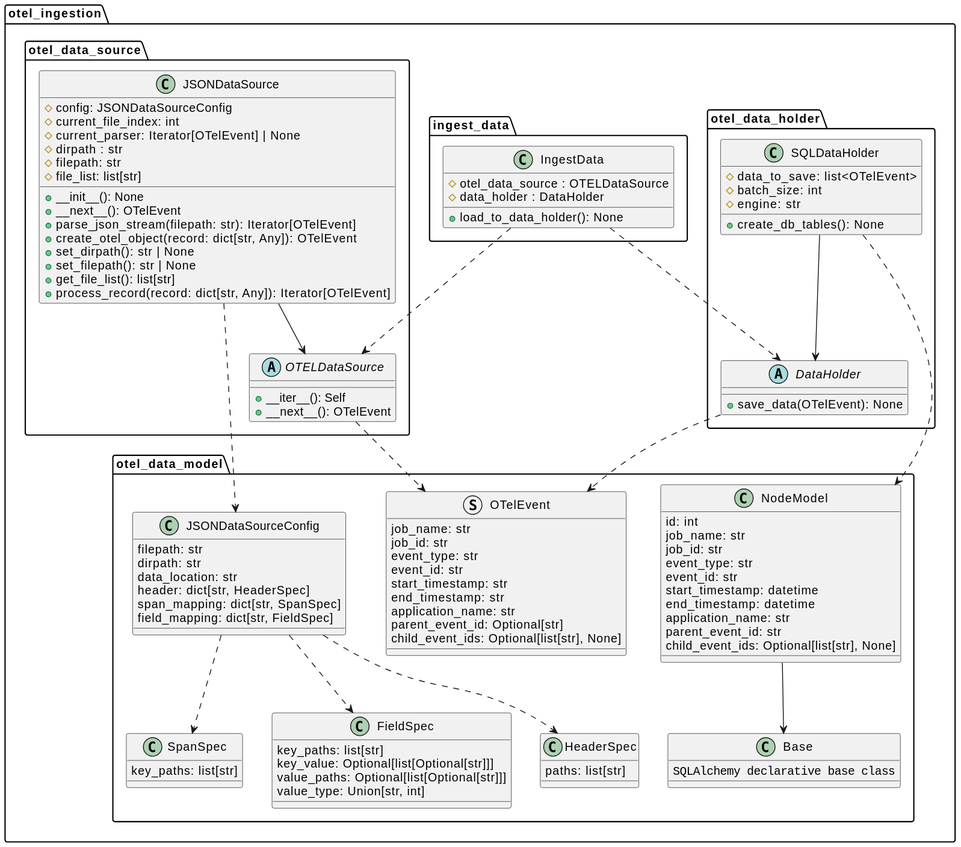
xtuml/otel2puml keeps this PlantUML diagram as docs/development/design/3-DN-Retrieving_unique_graphs_from_Otel_data/class_diagrams.svg. Above is the earlier version. Source of this version:
```plantuml
@startuml
struct otel_ingestion.otel_data_model.OTelEvent {
    job_name: str
    job_id: str
    event_type: str
    event_id: str
    start_timestamp: str
    end_timestamp: str
    application_name: str
    parent_event_id: Optional[str]
    child_event_ids: Optional[list[str], None]
}

abstract class otel_ingestion.otel_data_source.OTELDataSource {
    +__iter__(): Self
    +__next__(): OTelEvent
}

class otel_ingestion.otel_data_source.JSONDataSource {
    #config: JSONDataSourceConfig
    #current_file_index: int
    #current_parser: Iterator[OTelEvent] | None
    #dirpath : str
    #filepath: str
    #file_list: list[str]
    +__init__(): None
    +__next__(): OTelEvent
    +parse_json_stream(filepath: str): Iterator[OTelEvent]
    +create_otel_object(record: dict[str, Any]): OTelEvent
    +set_dirpath(): str | None
    +set_filepath(): str | None
    +get_file_list(): list[str]
    +process_record(record: dict[str, Any]): Iterator[OTelEvent]
}

class otel_ingestion.otel_data_holder.SQLDataHolder {
    #data_to_save: list<OTelEvent>
    #batch_size: int
    #engine: str
    +create_db_tables(): None
}

class otel_ingestion.otel_data_model.NodeModel {
    id: int
    job_name: str
    job_id: str
    event_type: str
    event_id: str
    start_timestamp: datetime
    end_timestamp: datetime
    application_name: str
    parent_event_id: str
    child_event_ids: Optional[list[str], None]
}

class otel_ingestion.otel_data_model.Base {
    ""SQLAlchemy declarative base class""
}

abstract class otel_ingestion.otel_data_holder.DataHolder {
    +save_data(OTelEvent): None
}

class otel_ingestion.ingest_data.IngestData {
    #otel_data_source : OTELDataSource
    #data_holder : DataHolder
    +load_to_data_holder(): None
}

class otel_ingestion.otel_data_model.JSONDataSourceConfig {
    filepath: str
    dirpath: str
    data_location: str
    header: dict[str, HeaderSpec]
    span_mapping: dict[str, SpanSpec]
    field_mapping: dict[str, FieldSpec]
}

class otel_ingestion.otel_data_model.HeaderSpec {
    paths: list[str]
}

class otel_ingestion.otel_data_model.SpanSpec {
    key_paths: list[str]
}

class otel_ingestion.otel_data_model.FieldSpec {
    key_paths: list[str]
    key_value: Optional[list[Optional[str]]]
    value_paths: Optional[list[Optional[str]]]
    value_type: Union[str, int]
}

otel_ingestion.ingest_data.IngestData ..> otel_ingestion.otel_data_source.OTELDataSource

otel_ingestion.ingest_data.IngestData ..> otel_ingestion.otel_data_holder.DataHolder

otel_ingestion.otel_data_source.OTELDataSource ..> otel_ingestion.otel_data_model.OTelEvent

otel_ingestion.otel_data_source.JSONDataSource --> otel_ingestion.otel_data_source.OTELDataSource

otel_ingestion.otel_data_holder.SQLDataHolder --> otel_ingestion.otel_data_holder.DataHolder

otel_ingestion.otel_data_holder.SQLDataHolder ..> otel_ingestion.otel_data_model.NodeModel

otel_ingestion.otel_data_model.NodeModel --> otel_ingestion.otel_data_model.Base

otel_ingestion.otel_data_holder.DataHolder ..> otel_ingestion.otel_data_model.OTelEvent

otel_ingestion.otel_data_source.JSONDataSource ..> otel_ingestion.otel_data_model.JSONDataSourceConfig

otel_ingestion.otel_data_model.JSONDataSourceConfig ..> otel_ingestion.otel_data_model.HeaderSpec

otel_ingestion.otel_data_model.JSONDataSourceConfig ..> otel_ingestion.otel_data_model.SpanSpec

otel_ingestion.otel_data_model.JSONDataSourceConfig ..> otel_ingestion.otel_data_model.FieldSpec
@enduml
```
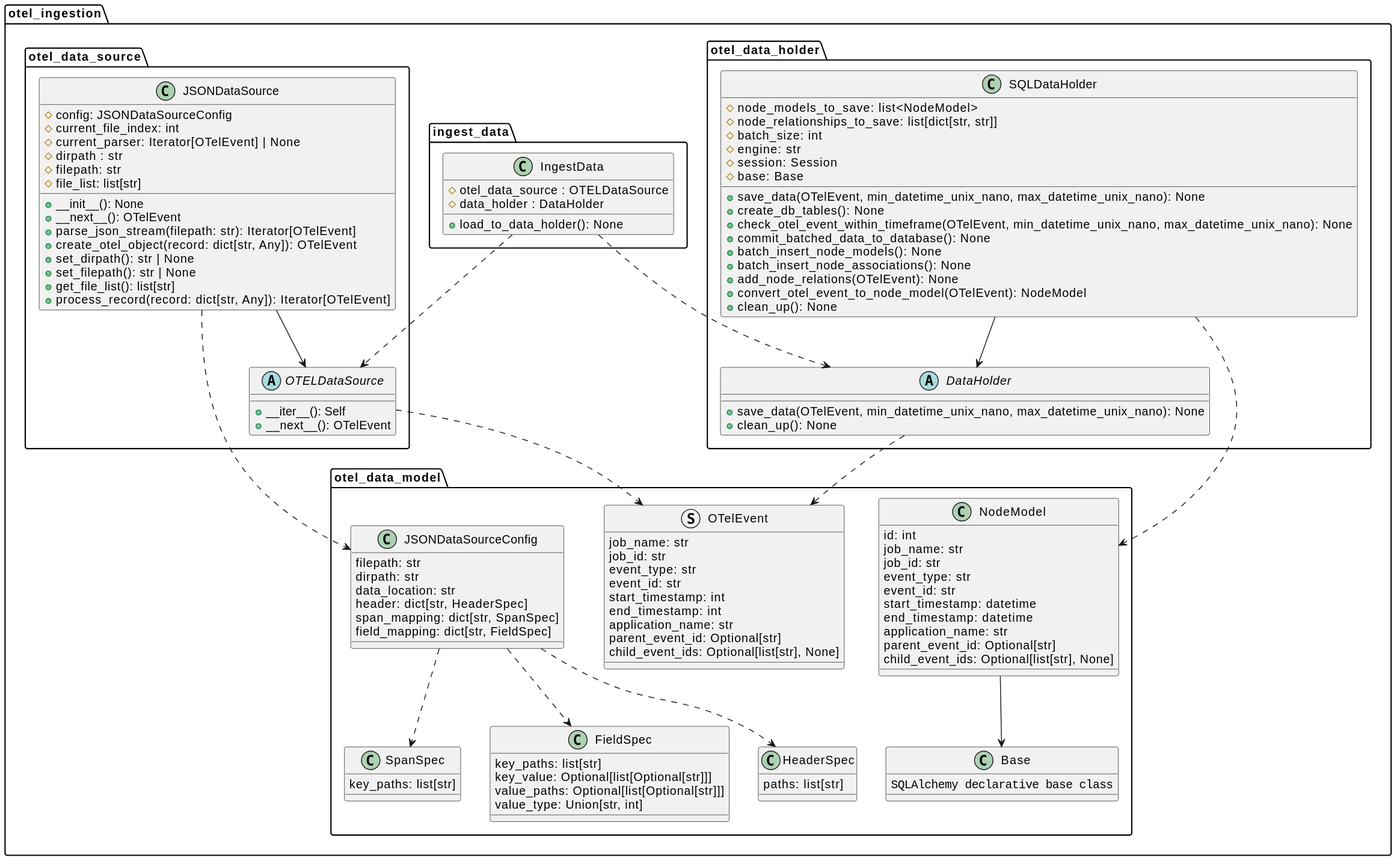
The same file after the commit.

Commit message:
9-create-sqldataholder-class (#48)

What changed in the source:
```diff
@@ -4,8 +4,8 @@
     job_id: str
     event_type: str
     event_id: str
-    start_timestamp: str
-    end_timestamp: str
+    start_timestamp: int
+    end_timestamp: int
     application_name: str
     parent_event_id: Optional[str]
     child_event_ids: Optional[list[str], None]
@@ -34,10 +34,21 @@
 }
 
 class otel_ingestion.otel_data_holder.SQLDataHolder {
-    #data_to_save: list<OTelEvent>
+    #node_models_to_save: list<NodeModel>
+    #node_relationships_to_save: list[dict[str, str]]
     #batch_size: int
     #engine: str
+    #session: Session
+    #base: Base
+    +save_data(OTelEvent, min_datetime_unix_nano, max_datetime_unix_nano): None
     +create_db_tables(): None
+    +check_otel_event_within_timeframe(OTelEvent, min_datetime_unix_nano, max_datetime_unix_nano): None
+    +commit_batched_data_to_database(): None
+    +batch_insert_node_models(): None
+    +batch_insert_node_associations(): None
+    +add_node_relations(OTelEvent): None
+    +convert_otel_event_to_node_model(OTelEvent): NodeModel
+    +clean_up(): None
 }
 
 class otel_ingestion.otel_data_model.NodeModel {
@@ -49,7 +60,7 @@
     start_timestamp: datetime
     end_timestamp: datetime
     application_name: str
-    parent_event_id: str
+    parent_event_id: Optional[str]
     child_event_ids: Optional[list[str], None]
 }
 
@@ -58,7 +69,8 @@
 }
 
 abstract class otel_ingestion.otel_data_holder.DataHolder {
-    +save_data(OTelEvent): None
+    +save_data(OTelEvent, min_datetime_unix_nano, max_datetime_unix_nano): None
+    +clean_up(): None
 }
 
 class otel_ingestion.ingest_data.IngestData {
```
